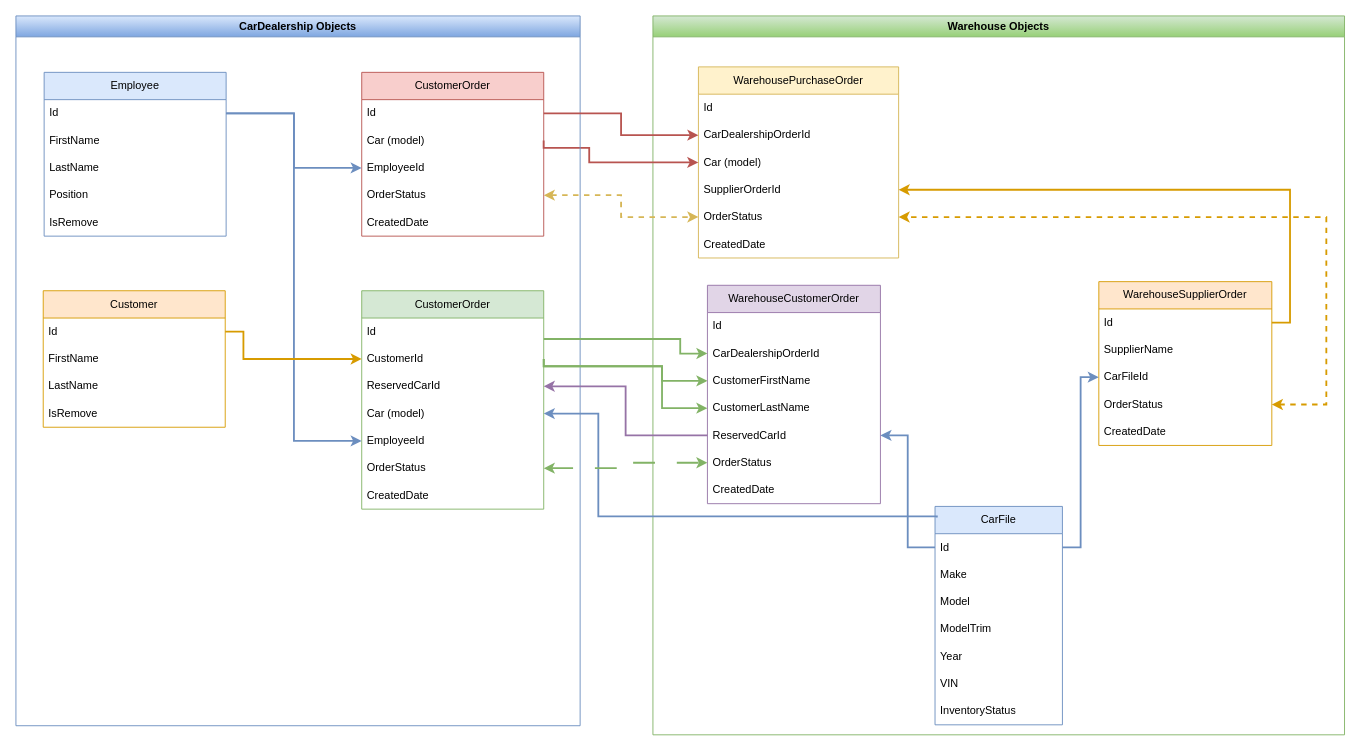
Before: Object.drawio in capit33/CarDealership, a draw.io diagram. Source tidied: cells renumbered, new cells numbered last; positions are measured from the earlier drawing's top-left corner, leaving out a move shared by most shapes. Both pictures are drawn from the tidied source at 91%, with x=0, y=0 at pixel (15, 15).
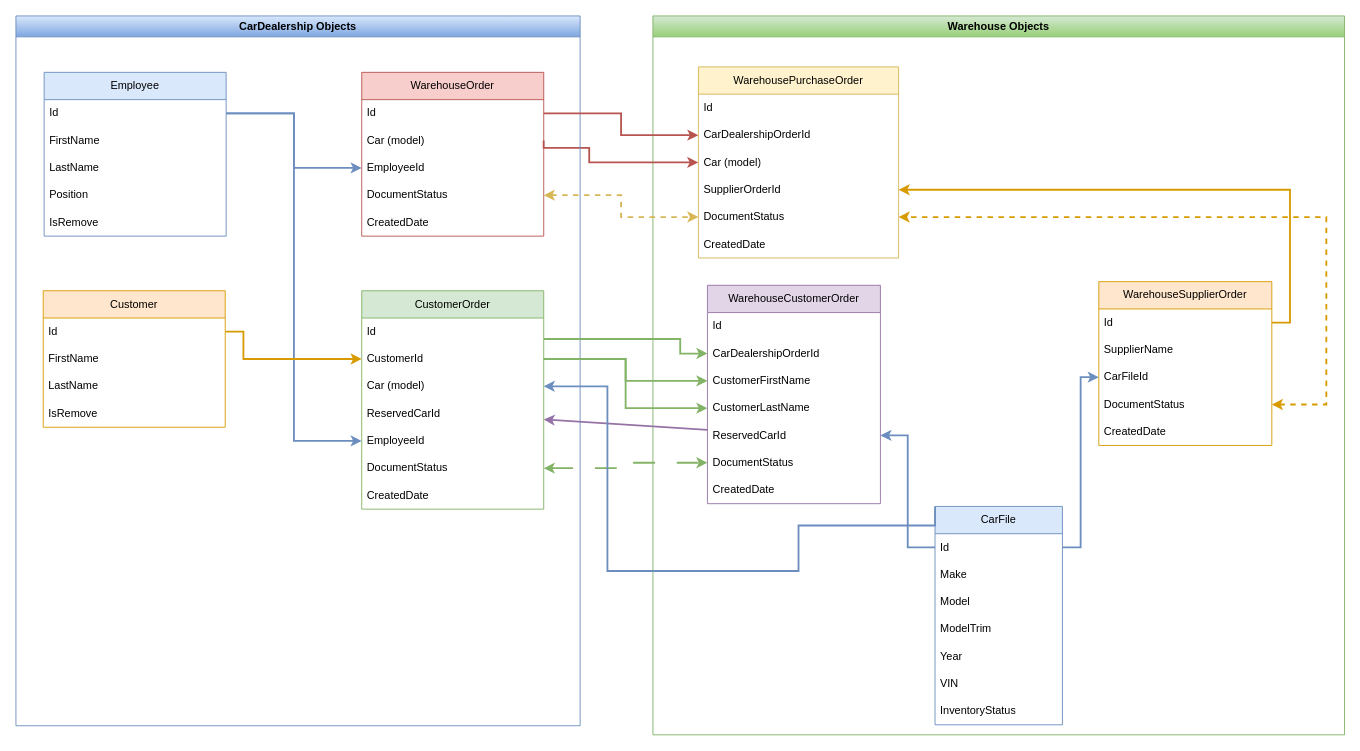
Above is the later version.

The change refers to these unchanged cells:
```xml
<mxCell id="3" value="CarFile" style="swimlane;fontStyle=0;horizontal=1;startSize=30;whiteSpace=wrap;html=1;fillColor=#dae8fc;strokeColor=#6c8ebf;" parent="2" vertex="1">
  <mxGeometry x="310" y="539" width="140" height="240" as="geometry" />
</mxCell>
<mxCell id="11" value="WarehouseCustomerOrder" style="swimlane;fontStyle=0;horizontal=1;startSize=30;whiteSpace=wrap;html=1;fillColor=#e1d5e7;strokeColor=#9673a6;" parent="2" vertex="1">
  <mxGeometry x="59.9" y="296" width="190.1" height="240" as="geometry" />
</mxCell>
<mxCell id="14" value="CustomerFirstName" style="text;strokeColor=none;fillColor=none;align=left;verticalAlign=middle;spacingLeft=4;spacingRight=4;overflow=hidden;points=[[0,0.5],[1,0.5]];portConstraint=eastwest;whiteSpace=wrap;html=1;" parent="11" vertex="1">
  <mxGeometry y="90" width="190.1" height="30" as="geometry" />
</mxCell>
<mxCell id="15" value="CustomerLastName" style="text;strokeColor=none;fillColor=none;align=left;verticalAlign=middle;spacingLeft=4;spacingRight=4;overflow=hidden;points=[[0,0.5],[1,0.5]];portConstraint=eastwest;whiteSpace=wrap;html=1;" parent="11" vertex="1">
  <mxGeometry y="120" width="190.1" height="30" as="geometry" />
</mxCell>
<mxCell id="16" value="ReservedCarId" style="text;strokeColor=none;fillColor=none;align=left;verticalAlign=middle;spacingLeft=4;spacingRight=4;overflow=hidden;points=[[0,0.5],[1,0.5]];portConstraint=eastwest;whiteSpace=wrap;html=1;" parent="11" vertex="1">
  <mxGeometry y="150" width="190.1" height="30" as="geometry" />
</mxCell>
<mxCell id="19" value="WarehousePurchaseOrder" style="swimlane;fontStyle=0;horizontal=1;startSize=30;whiteSpace=wrap;html=1;fillColor=#fff2cc;strokeColor=#d6b656;" parent="2" vertex="1">
  <mxGeometry x="50" y="56" width="220" height="210" as="geometry" />
</mxCell>
<mxCell id="26" value="WarehouseSupplierOrder" style="swimlane;fontStyle=0;horizontal=1;startSize=30;whiteSpace=wrap;html=1;fillColor=#ffe6cc;strokeColor=#d79b00;" parent="2" vertex="1">
  <mxGeometry x="490" y="292" width="190.1" height="180" as="geometry" />
</mxCell>
<mxCell id="37" value="CarDealership Objects" style="swimlane;whiteSpace=wrap;html=1;fillColor=#dae8fc;strokeColor=#6c8ebf;gradientColor=#7ea6e0;" parent="1" vertex="1">
  <mxGeometry width="620" height="780" as="geometry" />
</mxCell>
<mxCell id="38" value="CustomerOrder" style="swimlane;fontStyle=0;horizontal=1;startSize=30;whiteSpace=wrap;html=1;fillColor=#d5e8d4;strokeColor=#82b366;" parent="37" vertex="1">
  <mxGeometry x="380" y="302" width="200" height="240" as="geometry" />
</mxCell>
<mxCell id="40" value="CustomerId" style="text;strokeColor=none;fillColor=none;align=left;verticalAlign=middle;spacingLeft=4;spacingRight=4;overflow=hidden;points=[[0,0.5],[1,0.5]];portConstraint=eastwest;whiteSpace=wrap;html=1;" parent="38" vertex="1">
  <mxGeometry y="60" width="200" height="30" as="geometry" />
</mxCell>
```

What changed in the source:
```diff
@@
-    <mxCell id="17" value="OrderStatus" style="text;strokeColor=none;fillColor=none;align=left;verticalAlign=middle;spacingLeft=4;spacingRight=4;overflow=hidden;points=[[0,0.5],[1,0.5]];portConstraint=eastwest;whiteSpace=wrap;html=1;" parent="11" vertex="1">
+    <mxCell id="17" value="DocumentStatus" style="text;strokeColor=none;fillColor=none;align=left;verticalAlign=middle;spacingLeft=4;spacingRight=4;overflow=hidden;points=[[0,0.5],[1,0.5]];portConstraint=eastwest;whiteSpace=wrap;html=1;" parent="11" vertex="1">
       <mxGeometry y="180" width="190.1" height="30" as="geometry" />
     </mxCell>
@@
-    <mxCell id="24" value="OrderStatus" style="text;strokeColor=none;fillColor=none;align=left;verticalAlign=middle;spacingLeft=4;spacingRight=4;overflow=hidden;points=[[0,0.5],[1,0.5]];portConstraint=eastwest;whiteSpace=wrap;html=1;" parent="19" vertex="1">
+    <mxCell id="24" value="DocumentStatus" style="text;strokeColor=none;fillColor=none;align=left;verticalAlign=middle;spacingLeft=4;spacingRight=4;overflow=hidden;points=[[0,0.5],[1,0.5]];portConstraint=eastwest;whiteSpace=wrap;html=1;" parent="19" vertex="1">
       <mxGeometry y="150" width="220" height="30" as="geometry" />
     </mxCell>
@@
-    <mxCell id="30" value="OrderStatus" style="text;strokeColor=none;fillColor=none;align=left;verticalAlign=middle;spacingLeft=4;spacingRight=4;overflow=hidden;points=[[0,0.5],[1,0.5]];portConstraint=eastwest;whiteSpace=wrap;html=1;" parent="26" vertex="1">
+    <mxCell id="30" value="DocumentStatus" style="text;strokeColor=none;fillColor=none;align=left;verticalAlign=middle;spacingLeft=4;spacingRight=4;overflow=hidden;points=[[0,0.5],[1,0.5]];portConstraint=eastwest;whiteSpace=wrap;html=1;" parent="26" vertex="1">
       <mxGeometry y="120" width="190.1" height="30" as="geometry" />
     </mxCell>
@@
+    <mxCell id="42" value="Car (model)" style="text;strokeColor=none;fillColor=none;align=left;verticalAlign=middle;spacingLeft=4;spacingRight=4;overflow=hidden;points=[[0,0.5],[1,0.5]];portConstraint=eastwest;whiteSpace=wrap;html=1;" parent="38" vertex="1">
+      <mxGeometry y="90" width="200" height="30" as="geometry" />
+    </mxCell>
     <mxCell id="41" value="ReservedCarId" style="text;strokeColor=none;fillColor=none;align=left;verticalAlign=middle;spacingLeft=4;spacingRight=4;overflow=hidden;points=[[0,0.5],[1,0.5]];portConstraint=eastwest;whiteSpace=wrap;html=1;" parent="38" vertex="1">
-      <mxGeometry y="90" width="200" height="30" as="geometry" />
+      <mxGeometry y="120" width="200" height="30" as="geometry" />
     </mxCell>
-    <mxCell id="42" value="Car (model)" style="text;strokeColor=none;fillColor=none;align=left;verticalAlign=middle;spacingLeft=4;spacingRight=4;overflow=hidden;points=[[0,0.5],[1,0.5]];portConstraint=eastwest;whiteSpace=wrap;html=1;" parent="38" vertex="1">
-      <mxGeometry y="120" width="200" height="30" as="geometry" />
-    </mxCell>
@@
-    <mxCell id="44" value="OrderStatus" style="text;strokeColor=none;fillColor=none;align=left;verticalAlign=middle;spacingLeft=4;spacingRight=4;overflow=hidden;points=[[0,0.5],[1,0.5]];portConstraint=eastwest;whiteSpace=wrap;html=1;" parent="38" vertex="1">
+    <mxCell id="44" value="DocumentStatus" style="text;strokeColor=none;fillColor=none;align=left;verticalAlign=middle;spacingLeft=4;spacingRight=4;overflow=hidden;points=[[0,0.5],[1,0.5]];portConstraint=eastwest;whiteSpace=wrap;html=1;" parent="38" vertex="1">
       <mxGeometry y="180" width="200" height="30" as="geometry" />
     </mxCell>
@@
-    <mxCell id="46" value="CustomerOrder" style="swimlane;fontStyle=0;horizontal=1;startSize=30;whiteSpace=wrap;html=1;fillColor=#f8cecc;strokeColor=#b85450;" parent="37" vertex="1">
+    <mxCell id="46" value="WarehouseOrder" style="swimlane;fontStyle=0;horizontal=1;startSize=30;whiteSpace=wrap;html=1;fillColor=#f8cecc;strokeColor=#b85450;" parent="37" vertex="1">
       <mxGeometry x="380" y="62" width="200" height="180" as="geometry" />
     </mxCell>
@@
-    <mxCell id="50" value="OrderStatus" style="text;strokeColor=none;fillColor=none;align=left;verticalAlign=middle;spacingLeft=4;spacingRight=4;overflow=hidden;points=[[0,0.5],[1,0.5]];portConstraint=eastwest;whiteSpace=wrap;html=1;" parent="46" vertex="1">
+    <mxCell id="50" value="DocumentStatus" style="text;strokeColor=none;fillColor=none;align=left;verticalAlign=middle;spacingLeft=4;spacingRight=4;overflow=hidden;points=[[0,0.5],[1,0.5]];portConstraint=eastwest;whiteSpace=wrap;html=1;" parent="46" vertex="1">
       <mxGeometry y="120" width="200" height="30" as="geometry" />
     </mxCell>
@@
-    <mxCell id="68" style="rounded=0;jettySize=auto;html=1;exitX=0.014;exitY=0.051;exitDx=0;exitDy=0;entryX=1;entryY=0.5;entryDx=0;entryDy=0;fillColor=#dae8fc;strokeColor=#6c8ebf;strokeWidth=2;exitPerimeter=0;edgeStyle=orthogonalEdgeStyle;" parent="1" edge="1" source="3" target="42">
-      <mxGeometry relative="1" as="geometry">
-        <Array as="points">
-          <mxPoint x="1012" y="550" />
-          <mxPoint x="640" y="550" />
-          <mxPoint x="640" y="437" />
-        </Array>
-      </mxGeometry>
-    </mxCell>
@@
-    <mxCell id="70" style="rounded=0;jettySize=auto;html=1;exitX=1;exitY=0.5;exitDx=0;exitDy=0;entryX=0;entryY=0.5;entryDx=0;entryDy=0;fillColor=#d5e8d4;strokeColor=#82b366;strokeWidth=2;edgeStyle=orthogonalEdgeStyle;" parent="1" edge="1" source="40" target="14">
-      <mxGeometry relative="1" as="geometry">
-        <Array as="points">
-          <mxPoint x="580" y="385" />
-          <mxPoint x="710" y="385" />
-          <mxPoint x="710" y="401" />
-        </Array>
-      </mxGeometry>
+    <mxCell id="70" style="rounded=0;jettySize=auto;html=1;exitX=1;exitY=0.5;exitDx=0;exitDy=0;entryX=0;entryY=0.5;entryDx=0;entryDy=0;fillColor=#d5e8d4;strokeColor=#82b366;strokeWidth=2;edgeStyle=elbowEdgeStyle;" parent="1" edge="1" source="40" target="14">
+      <mxGeometry relative="1" as="geometry" />
     </mxCell>
-    <mxCell id="71" style="rounded=0;jettySize=auto;html=1;exitX=1;exitY=0.5;exitDx=0;exitDy=0;entryX=0;entryY=0.5;entryDx=0;entryDy=0;fillColor=#d5e8d4;strokeColor=#82b366;strokeWidth=2;edgeStyle=orthogonalEdgeStyle;" parent="1" edge="1" source="40" target="15">
+    <mxCell id="71" style="rounded=0;jettySize=auto;html=1;entryX=0;entryY=0.5;entryDx=0;entryDy=0;fillColor=#d5e8d4;strokeColor=#82b366;strokeWidth=2;edgeStyle=elbowEdgeStyle;" parent="1" edge="1" target="15">
       <mxGeometry relative="1" as="geometry">
-        <Array as="points">
-          <mxPoint x="580" y="385" />
-          <mxPoint x="710" y="385" />
-          <mxPoint x="710" y="431" />
-        </Array>
+        <mxPoint x="580" y="377" as="sourcePoint" />
       </mxGeometry>
     </mxCell>
-    <mxCell id="72" style="edgeStyle=orthogonalEdgeStyle;rounded=0;jettySize=auto;html=1;fillColor=#e1d5e7;strokeColor=#9673a6;strokeWidth=2;" parent="1" edge="1" source="16" target="41">
+    <mxCell id="72" style="rounded=0;jettySize=auto;html=1;fillColor=#e1d5e7;strokeColor=#9673a6;strokeWidth=2;" parent="1" edge="1" source="16" target="41">
       <mxGeometry relative="1" as="geometry" />
     </mxCell>
@@
+    <mxCell id="68" style="edgeStyle=orthogonalEdgeStyle;rounded=0;jettySize=auto;html=1;exitX=0;exitY=0;exitDx=0;exitDy=0;entryX=1;entryY=0.5;entryDx=0;entryDy=0;fillColor=#dae8fc;strokeColor=#6c8ebf;strokeWidth=2;" parent="1" edge="1" source="3" target="42">
+      <mxGeometry relative="1" as="geometry">
+        <Array as="points">
+          <mxPoint x="1010" y="560" />
+          <mxPoint x="860" y="560" />
+          <mxPoint x="860" y="610" />
+          <mxPoint x="650" y="610" />
+          <mxPoint x="650" y="407" />
+        </Array>
+      </mxGeometry>
+    </mxCell>
```
